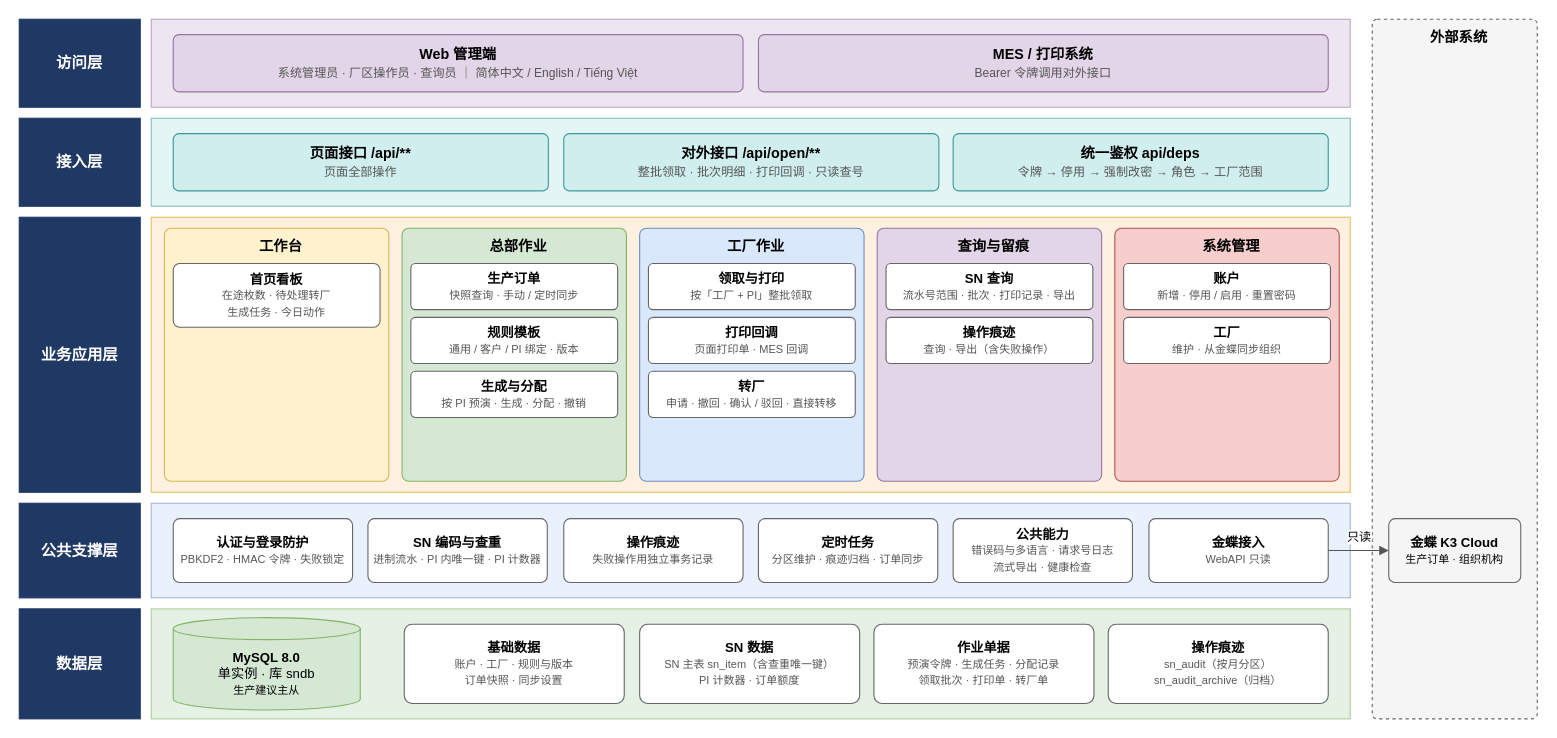
Earlier version of the draw.io diagram docs/images/系统技术方案/fig2-1-function.drawio (Createsnow/sn-center). Source tidied: cells renumbered, new cells numbered last; positions are measured from the earlier drawing's top-left corner, leaving out a move shared by most shapes. Both pictures are drawn from the tidied source at 110%, with x=0, y=0 at pixel (19, 19).
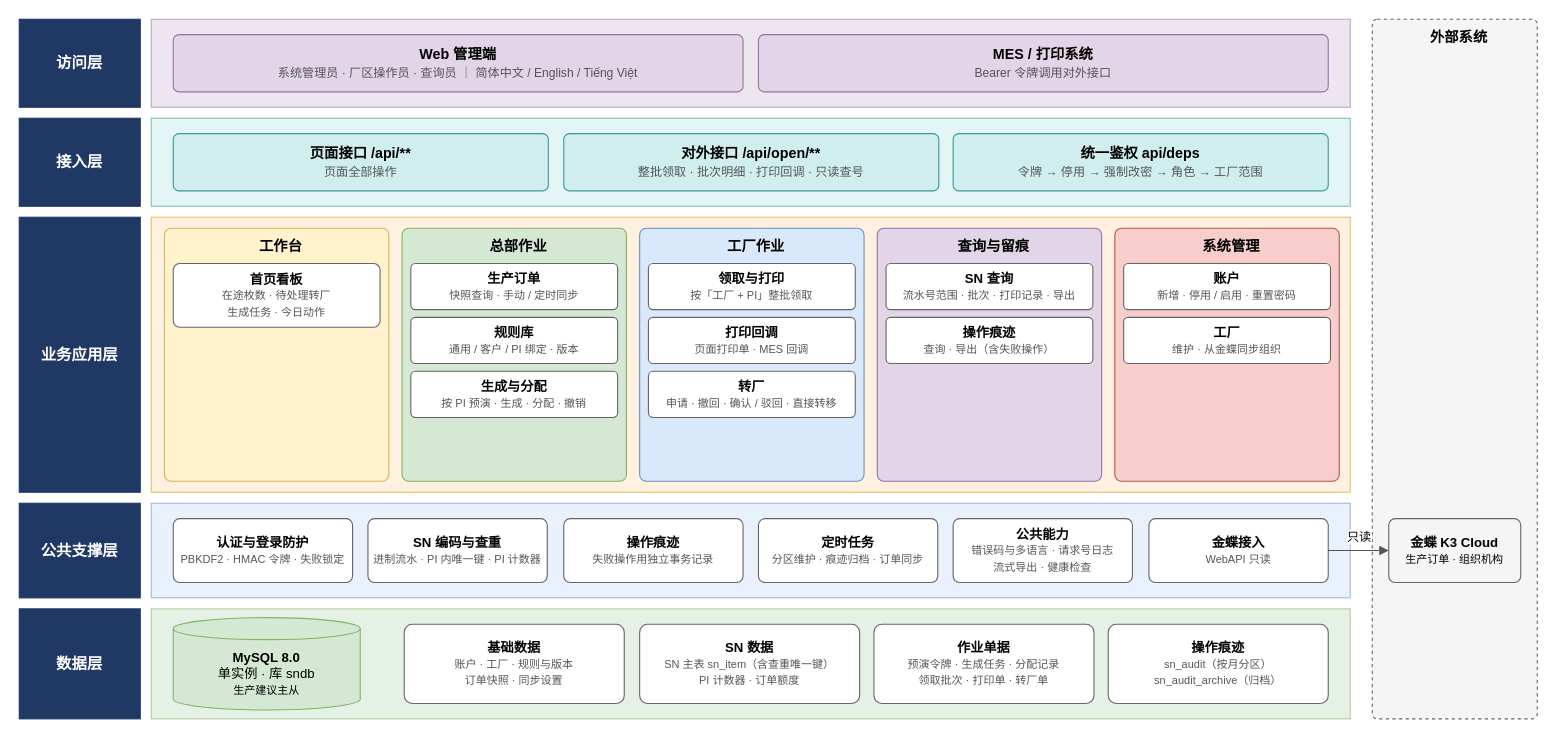
The same diagram, later.

The edit, as a diff of the source:
```diff
@@
-    <mxCell id="21" value="&lt;b&gt;规则模板&lt;/b&gt;&lt;br&gt;&lt;font style=&quot;font-size:10px&quot; color=&quot;#555555&quot;&gt;通用 / 客户 / PI 绑定 · 版本&lt;/font&gt;" style="rounded=1;arcSize=10;whiteSpace=wrap;html=1;fillColor=#ffffff;strokeColor=#666666;fontSize=12;fontFamily=Microsoft YaHei,PingFang SC,Helvetica,Arial,WenQuanYi Zen Hei,sans-serif;" parent="1" vertex="1">
+    <mxCell id="21" value="&lt;b&gt;规则库&lt;/b&gt;&lt;br&gt;&lt;font style=&quot;font-size:10px&quot; color=&quot;#555555&quot;&gt;通用 / 客户 / PI 绑定 · 版本&lt;/font&gt;" style="rounded=1;arcSize=10;whiteSpace=wrap;html=1;fillColor=#ffffff;strokeColor=#666666;fontSize=12;fontFamily=Microsoft YaHei,PingFang SC,Helvetica,Arial,WenQuanYi Zen Hei,sans-serif;" parent="1" vertex="1">
       <mxGeometry x="356" y="271" width="188" height="42" as="geometry" />
     </mxCell>
```
